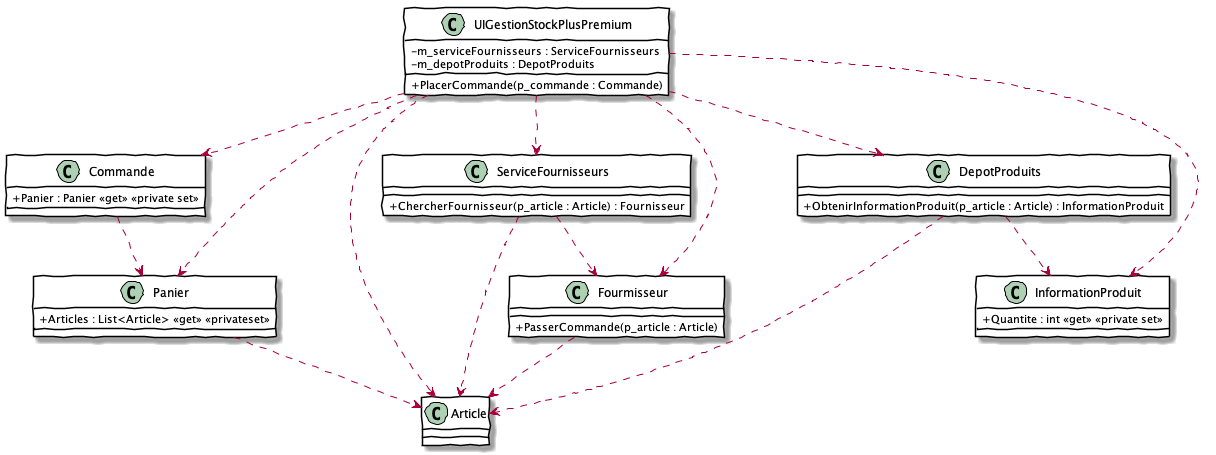
PiFou86/420-W20-SF keeps this PlantUML diagram as images/Module11_Demeter_TellDontAsk/diag/src/DiagClassesDemeter02/Demeter02.png. Above is the earlier version.
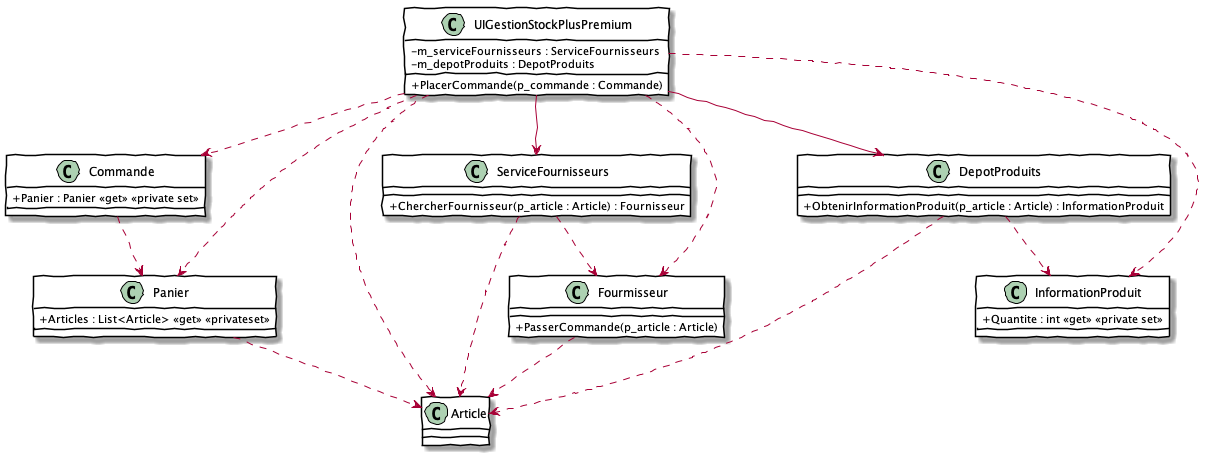
The same diagram one commit later.

What changed in the source:
```diff
@@ -9,8 +9,8 @@
 UIGestionStockPlusPremium ..> Commande
 UIGestionStockPlusPremium ..> Panier
 UIGestionStockPlusPremium ..> Article
-UIGestionStockPlusPremium ..> ServiceFournisseurs
-UIGestionStockPlusPremium ..> DepotProduits
+UIGestionStockPlusPremium --> ServiceFournisseurs
+UIGestionStockPlusPremium --> DepotProduits
 UIGestionStockPlusPremium ..> InformationProduit
 UIGestionStockPlusPremium ..> Fourmisseur
 
```
